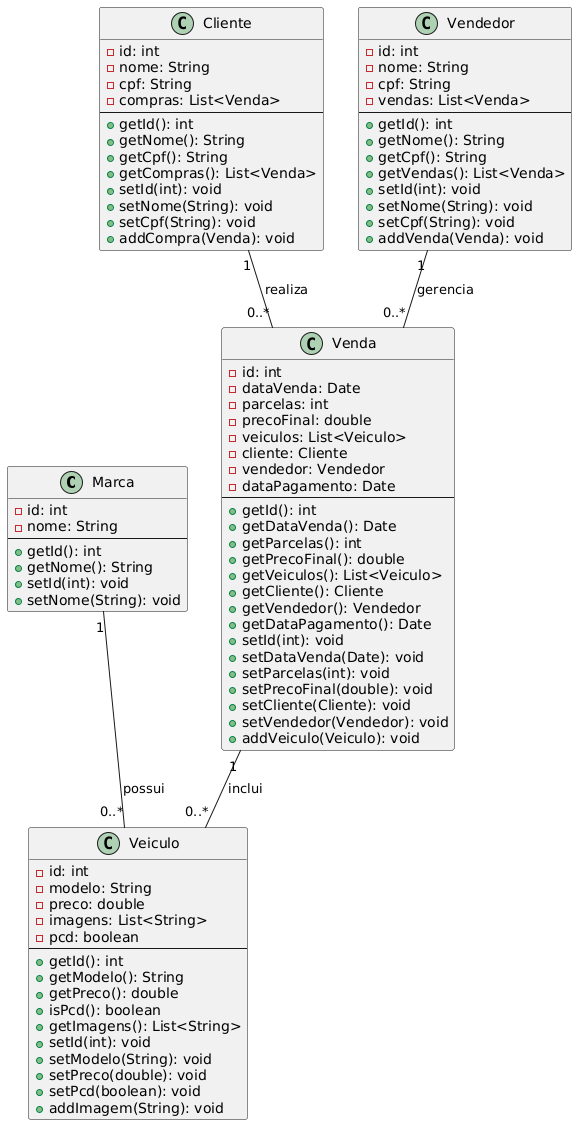
Above: PlantUML.png in rafaelcolaco/FinalProject (PlantUML), before the change.
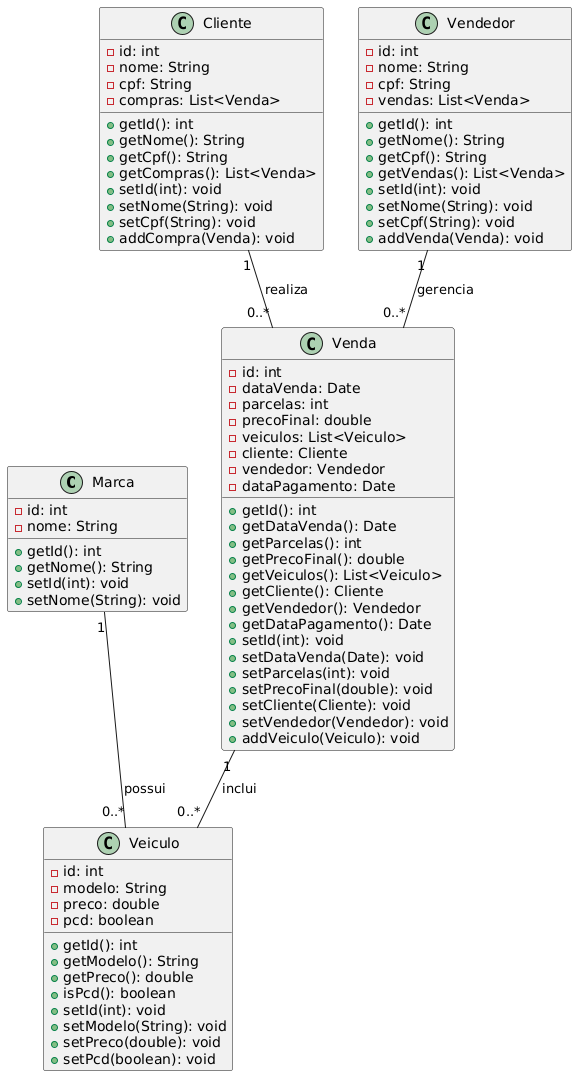
The same file after the commit.

Diff of the diagram source:
```diff
@@ -2,7 +2,6 @@
 class Marca {
     - id: int
     - nome: String
-    --
     + getId(): int
     + getNome(): String
     + setId(int): void
@@ -13,19 +12,15 @@
     - id: int
     - modelo: String
     - preco: double
-    - imagens: List<String>
     - pcd: boolean
-    --
     + getId(): int
     + getModelo(): String
     + getPreco(): double
     + isPcd(): boolean
-    + getImagens(): List<String>
     + setId(int): void
     + setModelo(String): void
     + setPreco(double): void
     + setPcd(boolean): void
-    + addImagem(String): void
 }
 
 class Cliente {
@@ -33,7 +28,6 @@
     - nome: String
     - cpf: String
     - compras: List<Venda>
-    --
     + getId(): int
     + getNome(): String
     + getCpf(): String
@@ -49,7 +43,6 @@
     - nome: String
     - cpf: String
     - vendas: List<Venda>
-    --
     + getId(): int
     + getNome(): String
     + getCpf(): String
@@ -69,7 +62,6 @@
     - cliente: Cliente
     - vendedor: Vendedor
     - dataPagamento: Date
-    --
     + getId(): int
     + getDataVenda(): Date
     + getParcelas(): int
```
